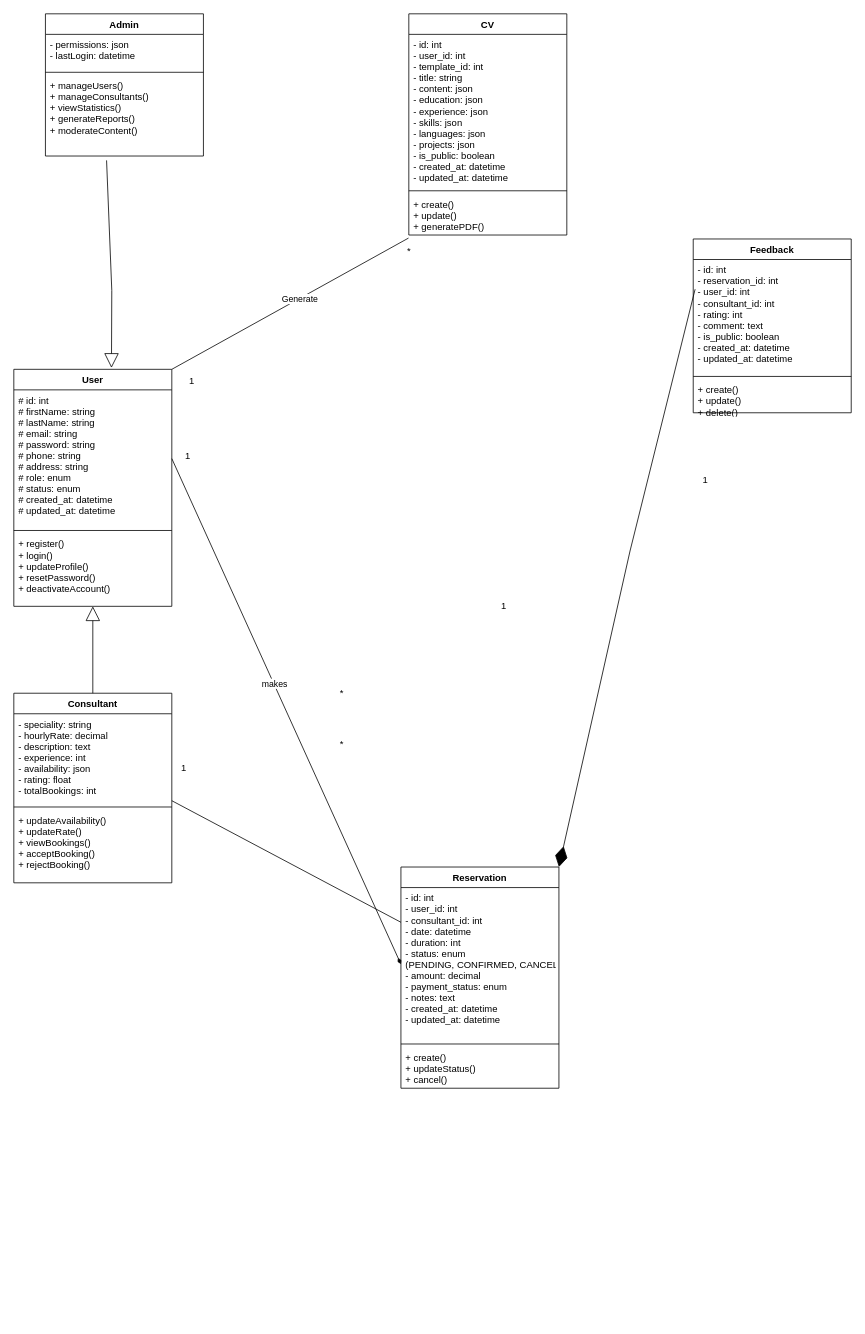
Above: UML/diagrammeClasse.dio in nolongeraregistereduser/Lejob.ma (draw.io), before the change. Source tidied: cells renumbered, new cells numbered last; positions are measured from the earlier drawing's top-left corner, leaving out a move shared by most shapes. Both pictures are drawn from the tidied source at 79%, with x=0, y=0 at pixel (13, 13).
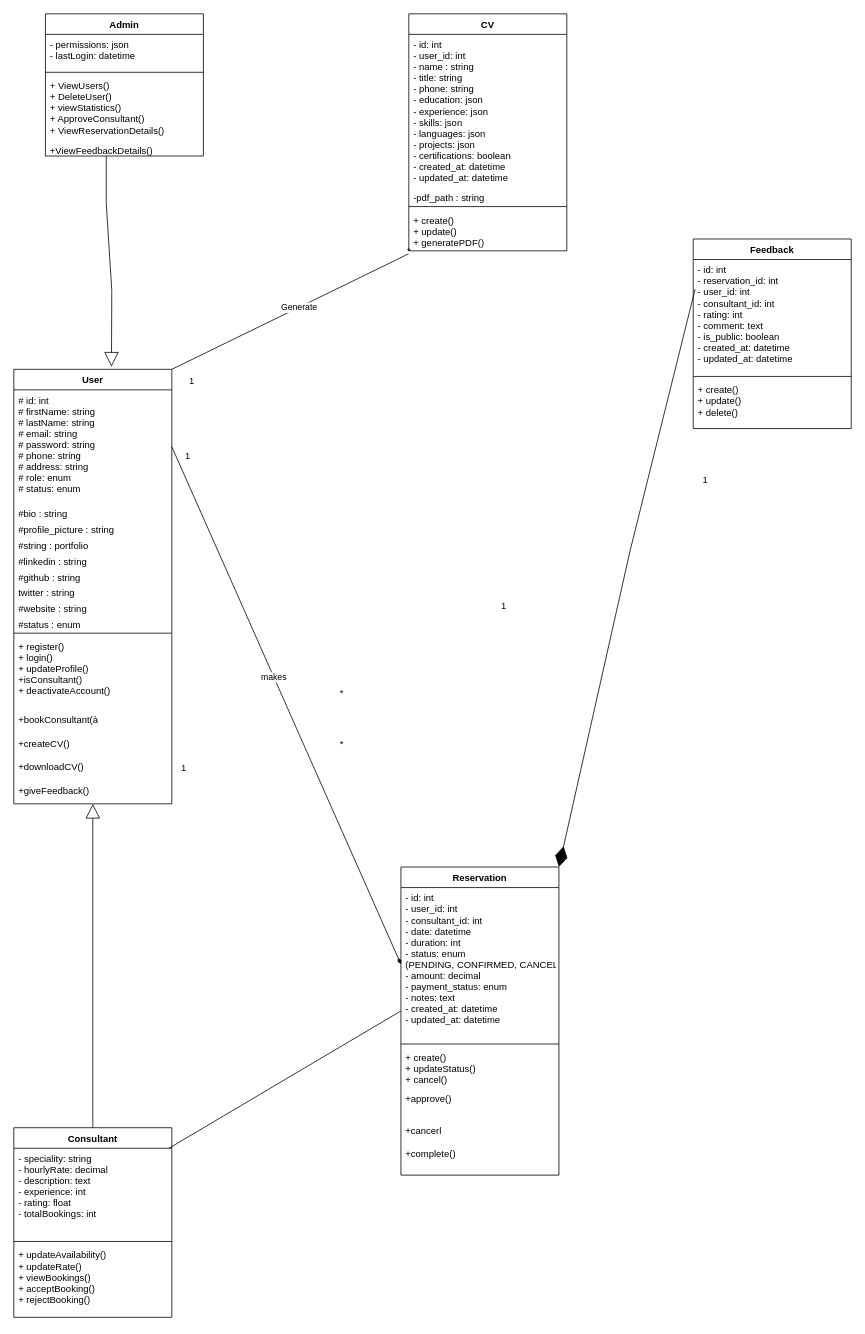
After the change.

Unchanged cells that the change refers to:
```xml
<mxCell id="10" value="Admin" style="swimlane;fontStyle=1;align=center;verticalAlign=top;horizontal=1;startSize=26;" parent="1" vertex="1">
  <mxGeometry x="40" width="200" height="180" as="geometry" />
</mxCell>
```

Diff of the diagram source:
```diff
@@
     <mxCell id="2" value="User" style="swimlane;fontStyle=1;align=center;verticalAlign=top;horizontal=1;startSize=26;" parent="1" vertex="1">
-      <mxGeometry y="450" width="200" height="300" as="geometry" />
+      <mxGeometry y="450" width="200" height="550" as="geometry" />
     </mxCell>
-    <mxCell id="3" value="# id: int&#10;# firstName: string&#10;# lastName: string&#10;# email: string&#10;# password: string&#10;# phone: string&#10;# address: string&#10;# role: enum&#10;# status: enum&#10;# created_at: datetime&#10;# updated_at: datetime" style="text;strokeColor=none;fillColor=none;align=left;verticalAlign=top;spacingLeft=4;spacingRight=4;overflow=hidden;points=[[0,0.5],[1,0.5]];portConstraint=eastwest;" parent="2" vertex="1">
-      <mxGeometry y="26" width="200" height="174" as="geometry" />
+    <mxCell id="3" value="# id: int&#10;# firstName: string&#10;# lastName: string&#10;# email: string&#10;# password: string&#10;# phone: string&#10;# address: string&#10;# role: enum&#10;# status: enum&#10;" style="text;strokeColor=none;fillColor=none;align=left;verticalAlign=top;spacingLeft=4;spacingRight=4;overflow=hidden;points=[[0,0.5],[1,0.5]];portConstraint=eastwest;" parent="2" vertex="1">
+      <mxGeometry y="26" width="200" height="144" as="geometry" />
     </mxCell>
+    <mxCell id="42" value="#bio : string&#10;" style="text;strokeColor=none;fillColor=none;align=left;verticalAlign=top;spacingLeft=4;spacingRight=4;overflow=hidden;" parent="2" vertex="1">
+      <mxGeometry y="170" width="200" height="20" as="geometry" />
+    </mxCell>
+    <mxCell id="43" value="#profile_picture : string&#10;" style="text;strokeColor=none;fillColor=none;align=left;verticalAlign=top;spacingLeft=4;spacingRight=4;overflow=hidden;" parent="2" vertex="1">
+      <mxGeometry y="190" width="200" height="20" as="geometry" />
+    </mxCell>
+    <mxCell id="44" value="#string : portfolio&#10;" style="text;strokeColor=none;fillColor=none;align=left;verticalAlign=top;spacingLeft=4;spacingRight=4;overflow=hidden;" parent="2" vertex="1">
+      <mxGeometry y="210" width="200" height="20" as="geometry" />
+    </mxCell>
+    <mxCell id="45" value="#linkedin : string&#10;" style="text;strokeColor=none;fillColor=none;align=left;verticalAlign=top;spacingLeft=4;spacingRight=4;overflow=hidden;" parent="2" vertex="1">
+      <mxGeometry y="230" width="200" height="20" as="geometry" />
+    </mxCell>
+    <mxCell id="46" value="#github : string" style="text;strokeColor=none;fillColor=none;align=left;verticalAlign=top;spacingLeft=4;spacingRight=4;overflow=hidden;" parent="2" vertex="1">
+      <mxGeometry y="250" width="200" height="20" as="geometry" />
+    </mxCell>
+    <mxCell id="47" value="twitter : string" style="text;strokeColor=none;fillColor=none;align=left;verticalAlign=top;spacingLeft=4;spacingRight=4;overflow=hidden;" parent="2" vertex="1">
+      <mxGeometry y="270" width="200" height="20" as="geometry" />
+    </mxCell>
+    <mxCell id="48" value="#website : string" style="text;strokeColor=none;fillColor=none;align=left;verticalAlign=top;spacingLeft=4;spacingRight=4;overflow=hidden;" parent="2" vertex="1">
+      <mxGeometry y="290" width="200" height="20" as="geometry" />
+    </mxCell>
+    <mxCell id="49" value="#status : enum" style="text;strokeColor=none;fillColor=none;align=left;verticalAlign=top;spacingLeft=4;spacingRight=4;overflow=hidden;" parent="2" vertex="1">
+      <mxGeometry y="310" width="200" height="20" as="geometry" />
+    </mxCell>
     <mxCell id="4" style="line;strokeWidth=1;fillColor=none;align=left;verticalAlign=middle;spacingTop=-1;spacingLeft=3;spacingRight=3;labelPosition=right;" parent="2" vertex="1">
-      <mxGeometry y="200" width="200" height="8" as="geometry" />
+      <mxGeometry y="330" width="200" height="8" as="geometry" />
     </mxCell>
-    <mxCell id="5" value="+ register()&#10;+ login()&#10;+ updateProfile()&#10;+ resetPassword()&#10;+ deactivateAccount()" style="text;strokeColor=none;fillColor=none;align=left;verticalAlign=top;spacingLeft=4;spacingRight=4;overflow=hidden;points=[[0,0.5],[1,0.5]];portConstraint=eastwest;" parent="2" vertex="1">
-      <mxGeometry y="208" width="200" height="92" as="geometry" />
+    <mxCell id="5" value="+ register()&#10;+ login()&#10;+ updateProfile()&#10;+isConsultant()&#10;+ deactivateAccount()" style="text;strokeColor=none;fillColor=none;align=left;verticalAlign=top;spacingLeft=4;spacingRight=4;overflow=hidden;points=[[0,0.5],[1,0.5]];portConstraint=eastwest;" parent="2" vertex="1">
+      <mxGeometry y="338" width="200" height="92" as="geometry" />
     </mxCell>
+    <mxCell id="50" value="+bookConsultant(à" style="text;strokeColor=none;fillColor=none;align=left;verticalAlign=top;spacingLeft=4;spacingRight=4;overflow=hidden;" parent="2" vertex="1">
+      <mxGeometry y="430" width="200" height="30" as="geometry" />
+    </mxCell>
+    <mxCell id="51" value="+createCV()" style="text;strokeColor=none;fillColor=none;align=left;verticalAlign=top;spacingLeft=4;spacingRight=4;overflow=hidden;" parent="2" vertex="1">
+      <mxGeometry y="460" width="200" height="30" as="geometry" />
+    </mxCell>
+    <mxCell id="52" value="+downloadCV()" style="text;strokeColor=none;fillColor=none;align=left;verticalAlign=top;spacingLeft=4;spacingRight=4;overflow=hidden;" parent="2" vertex="1">
+      <mxGeometry y="490" width="200" height="30" as="geometry" />
+    </mxCell>
+    <mxCell id="53" value="+giveFeedback()" style="text;strokeColor=none;fillColor=none;align=left;verticalAlign=top;spacingLeft=4;spacingRight=4;overflow=hidden;" parent="2" vertex="1">
+      <mxGeometry y="520" width="200" height="30" as="geometry" />
+    </mxCell>
     <mxCell id="6" value="Consultant" style="swimlane;fontStyle=1;align=center;verticalAlign=top;horizontal=1;startSize=26;" parent="1" vertex="1">
-      <mxGeometry y="860" width="200" height="240" as="geometry" />
+      <mxGeometry y="1410" width="200" height="240" as="geometry" />
     </mxCell>
-    <mxCell id="7" value="- speciality: string&#10;- hourlyRate: decimal&#10;- description: text&#10;- experience: int&#10;- availability: json&#10;- rating: float&#10;- totalBookings: int" style="text;strokeColor=none;fillColor=none;align=left;verticalAlign=top;spacingLeft=4;spacingRight=4;overflow=hidden;points=[[0,0.5],[1,0.5]];portConstraint=eastwest;" parent="6" vertex="1">
+    <mxCell id="7" value="- speciality: string&#10;- hourlyRate: decimal&#10;- description: text&#10;- experience: int&#10;- rating: float&#10;- totalBookings: int" style="text;strokeColor=none;fillColor=none;align=left;verticalAlign=top;spacingLeft=4;spacingRight=4;overflow=hidden;points=[[0,0.5],[1,0.5]];portConstraint=eastwest;" parent="6" vertex="1">
       <mxGeometry y="26" width="200" height="114" as="geometry" />
     </mxCell>
@@
-    <mxCell id="13" value="+ manageUsers()&#10;+ manageConsultants()&#10;+ viewStatistics()&#10;+ generateReports()&#10;+ moderateContent()" style="text;strokeColor=none;fillColor=none;align=left;verticalAlign=top;spacingLeft=4;spacingRight=4;overflow=hidden;points=[[0,0.5],[1,0.5]];portConstraint=eastwest;" parent="10" vertex="1">
-      <mxGeometry y="78" width="200" height="102" as="geometry" />
+    <mxCell id="13" value="+ ViewUsers()&#10;+ DeleteUser()&#10;+ viewStatistics()&#10;+ ApproveConsultant()&#10;+ ViewReservationDetails()" style="text;strokeColor=none;fillColor=none;align=left;verticalAlign=top;spacingLeft=4;spacingRight=4;overflow=hidden;points=[[0,0.5],[1,0.5]];portConstraint=eastwest;" parent="10" vertex="1">
+      <mxGeometry y="78" width="200" height="82" as="geometry" />
     </mxCell>
+    <mxCell id="54" value="+ViewFeedbackDetails()" style="text;strokeColor=none;fillColor=none;align=left;verticalAlign=top;spacingLeft=4;spacingRight=4;overflow=hidden;" parent="10" vertex="1">
+      <mxGeometry y="160" width="200" height="20" as="geometry" />
+    </mxCell>
+    <mxCell id="55" style="text;strokeColor=none;fillColor=none;align=left;verticalAlign=top;spacingLeft=4;spacingRight=4;overflow=hidden;" parent="10" vertex="1">
+      <mxGeometry y="180" width="200" as="geometry" />
+    </mxCell>
-    <mxCell id="14" style="endArrow=block;endSize=16;endFill=0;html=1;rounded=0;exitX=0.5;exitY=0;exitDx=0;exitDy=0;" parent="1" edge="1" source="6" target="5">
-      <mxGeometry relative="1" as="geometry" />
+    <mxCell id="14" style="endArrow=block;endSize=16;endFill=0;html=1;rounded=0;exitX=0.5;exitY=0;exitDx=0;exitDy=0;" parent="1" edge="1" source="6">
+      <mxGeometry relative="1" as="geometry">
+        <mxPoint x="100" y="1000" as="targetPoint" />
+      </mxGeometry>
     </mxCell>
-    <mxCell id="15" style="endArrow=block;endSize=16;endFill=0;html=1;rounded=0;entryX=0.618;entryY=-0.006;entryDx=0;entryDy=0;entryPerimeter=0;exitX=0.387;exitY=1.054;exitDx=0;exitDy=0;exitPerimeter=0;" parent="1" edge="1" source="13" target="2">
+    <mxCell id="15" style="endArrow=block;endSize=16;endFill=0;html=1;rounded=0;entryX=0.618;entryY=-0.006;entryDx=0;entryDy=0;entryPerimeter=0;" parent="1" edge="1" target="2">
       <mxGeometry relative="1" as="geometry">
+        <mxPoint x="117" y="180" as="sourcePoint" />
         <Array as="points">
+          <mxPoint x="117" y="240" />
           <mxPoint x="124" y="350" />
         </Array>
       </mxGeometry>
     </mxCell>
     <mxCell id="16" value="CV" style="swimlane;fontStyle=1;align=center;verticalAlign=top;horizontal=1;startSize=26;" parent="1" vertex="1">
-      <mxGeometry x="500" width="200" height="280" as="geometry" />
+      <mxGeometry x="500" width="200" height="300" as="geometry" />
     </mxCell>
-    <mxCell id="17" value="- id: int&#10;- user_id: int&#10;- template_id: int&#10;- title: string&#10;- content: json&#10;- education: json&#10;- experience: json&#10;- skills: json&#10;- languages: json&#10;- projects: json&#10;- is_public: boolean&#10;- created_at: datetime&#10;- updated_at: datetime" style="text;strokeColor=none;fillColor=none;align=left;verticalAlign=top;spacingLeft=4;spacingRight=4;overflow=hidden;" parent="16" vertex="1">
+    <mxCell id="17" value="- id: int&#10;- user_id: int&#10;- name : string&#10;- title: string&#10;- phone: string&#10;- education: json&#10;- experience: json&#10;- skills: json&#10;- languages: json&#10;- projects: json&#10;- certifications: boolean&#10;- created_at: datetime&#10;- updated_at: datetime" style="text;strokeColor=none;fillColor=none;align=left;verticalAlign=top;spacingLeft=4;spacingRight=4;overflow=hidden;" parent="16" vertex="1">
       <mxGeometry y="26" width="200" height="194" as="geometry" />
     </mxCell>
+    <mxCell id="56" value="-pdf_path : string&#10;" style="text;strokeColor=none;fillColor=none;align=left;verticalAlign=top;spacingLeft=4;spacingRight=4;overflow=hidden;" parent="16" vertex="1">
+      <mxGeometry y="220" width="200" height="20" as="geometry" />
+    </mxCell>
     <mxCell id="18" style="line;strokeWidth=1;fillColor=none;align=left;verticalAlign=middle;spacingTop=-1;spacingLeft=3;spacingRight=3;labelPosition=right;" parent="16" vertex="1">
-      <mxGeometry y="220" width="200" height="8" as="geometry" />
+      <mxGeometry y="240" width="200" height="8" as="geometry" />
     </mxCell>
     <mxCell id="19" value="+ create()&#10;+ update()&#10;+ generatePDF()" style="text;strokeColor=none;fillColor=none;align=left;verticalAlign=top;spacingLeft=4;spacingRight=4;overflow=hidden;points=[[0,0.5],[1,0.5]];portConstraint=eastwest;" parent="16" vertex="1">
-      <mxGeometry y="228" width="200" height="52" as="geometry" />
+      <mxGeometry y="248" width="200" height="52" as="geometry" />
     </mxCell>
     <mxCell id="20" value="Reservation" style="swimlane;fontStyle=1;align=center;verticalAlign=top;horizontal=1;startSize=26;" parent="1" vertex="1">
-      <mxGeometry x="490" y="1080" width="200" height="280" as="geometry" />
+      <mxGeometry x="490" y="1080" width="200" height="390" as="geometry" />
     </mxCell>
@@
+    <mxCell id="57" value="+approve()" style="text;strokeColor=none;fillColor=none;align=left;verticalAlign=top;spacingLeft=4;spacingRight=4;overflow=hidden;" parent="20" vertex="1">
+      <mxGeometry y="280" width="200" height="20" as="geometry" />
+    </mxCell>
+    <mxCell id="58" style="text;strokeColor=none;fillColor=none;align=left;verticalAlign=top;spacingLeft=4;spacingRight=4;overflow=hidden;" parent="20" vertex="1">
+      <mxGeometry y="300" width="200" height="20" as="geometry" />
+    </mxCell>
+    <mxCell id="59" value="+cancerl" style="text;strokeColor=none;fillColor=none;align=left;verticalAlign=top;spacingLeft=4;spacingRight=4;overflow=hidden;" parent="20" vertex="1">
+      <mxGeometry y="320" width="200" height="30" as="geometry" />
+    </mxCell>
+    <mxCell id="60" value="+complete()" style="text;strokeColor=none;fillColor=none;align=left;verticalAlign=top;spacingLeft=4;spacingRight=4;overflow=hidden;" parent="20" vertex="1">
+      <mxGeometry y="350" width="200" height="40" as="geometry" />
+    </mxCell>
     <mxCell id="24" value="Feedback" style="swimlane;fontStyle=1;align=center;verticalAlign=top;horizontal=1;startSize=26;" parent="1" vertex="1">
-      <mxGeometry x="860" y="285" width="200" height="220" as="geometry" />
+      <mxGeometry x="860" y="285" width="200" height="240" as="geometry" />
     </mxCell>
@@
     <mxCell id="27" value="+ create()&#10;+ update()&#10;+ delete()" style="text;strokeColor=none;fillColor=none;align=left;verticalAlign=top;spacingLeft=4;spacingRight=4;overflow=hidden;" parent="24" vertex="1">
-      <mxGeometry y="178" width="200" height="42" as="geometry" />
+      <mxGeometry y="178" width="200" height="62" as="geometry" />
     </mxCell>
```
